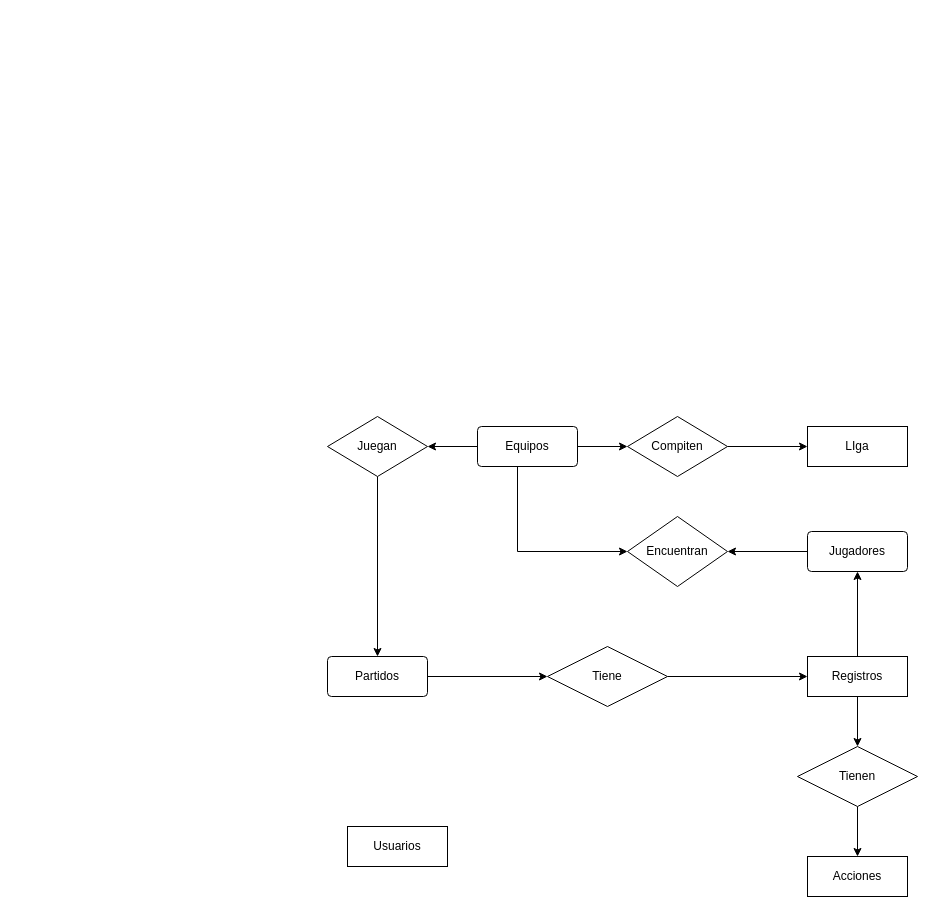
Above: basket.drawio in Resultados-deportivos/Doc (draw.io), before the change. Source tidied: cells renumbered, new cells numbered last; positions are measured from the earlier drawing's top-left corner, leaving out a move shared by most shapes. Both pictures are drawn from the tidied source at 100%, with x=0, y=0 at pixel (327, 416).
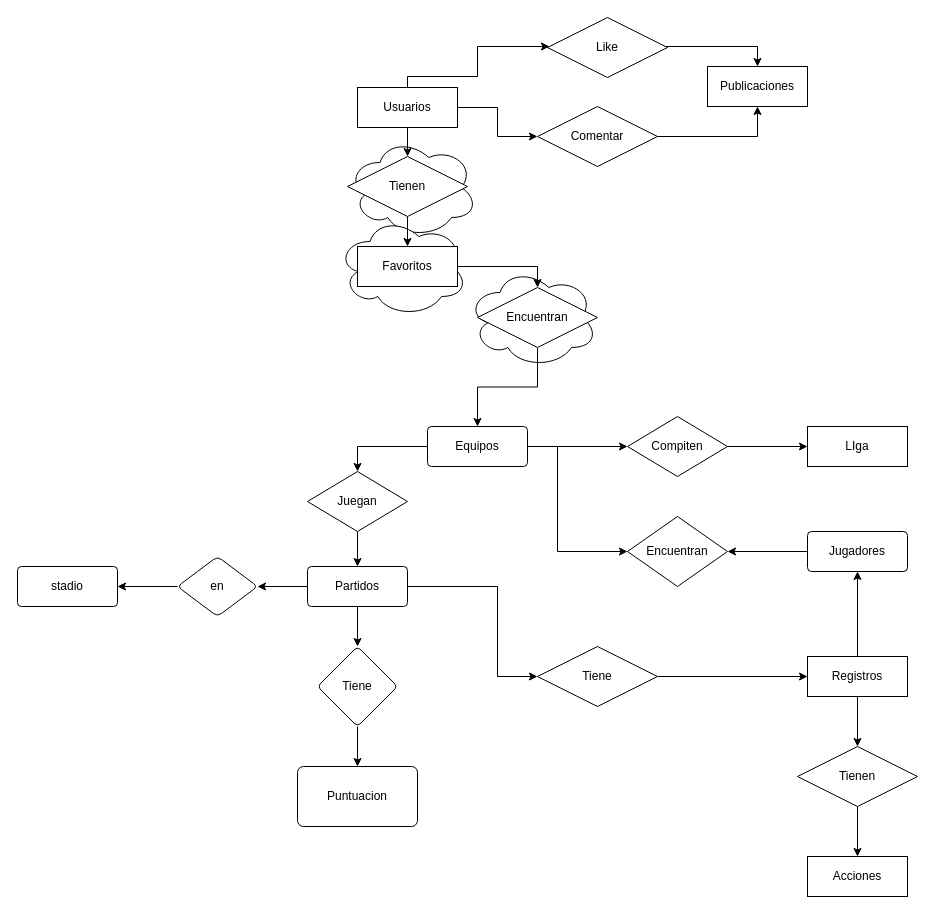
The same diagram, later.

The change refers to these unchanged cells:
```xml
<mxCell id="14" value="Encuentran" style="shape=rhombus;perimeter=rhombusPerimeter;whiteSpace=wrap;html=1;align=center;" parent="1" vertex="1">
  <mxGeometry x="300" y="100" width="100" height="70" as="geometry" />
</mxCell>
```

Change to the diagram source:
```diff
@@
+    <mxCell id="25" style="ellipse;shape=cloud;whiteSpace=wrap;html=1;" parent="1" vertex="1">
+      <mxGeometry x="140" y="-149" width="130" height="100" as="geometry" />
+    </mxCell>
+    <mxCell id="26" style="ellipse;shape=cloud;whiteSpace=wrap;html=1;" parent="1" vertex="1">
+      <mxGeometry x="20" y="-279" width="130" height="100" as="geometry" />
+    </mxCell>
+    <mxCell id="27" style="ellipse;shape=cloud;whiteSpace=wrap;html=1;" parent="1" vertex="1">
+      <mxGeometry x="10" y="-200" width="130" height="100" as="geometry" />
+    </mxCell>
@@
     <mxCell id="3" value="Juegan" style="shape=rhombus;perimeter=rhombusPerimeter;whiteSpace=wrap;html=1;align=center;" parent="1" vertex="1">
-      <mxGeometry width="100" height="60" as="geometry" />
+      <mxGeometry x="-20" y="55" width="100" height="60" as="geometry" />
     </mxCell>
@@
     <mxCell id="5" style="edgeStyle=orthogonalEdgeStyle;rounded=0;jettySize=auto;html=1;entryX=0;entryY=0.5;entryDx=0;entryDy=0;" parent="1" edge="1" source="7" target="14">
       <mxGeometry relative="1" as="geometry">
         <Array as="points">
-          <mxPoint x="190" y="135" />
+          <mxPoint x="230" y="135" />
         </Array>
       </mxGeometry>
     </mxCell>
@@
     <mxCell id="7" value="Equipos" style="rounded=1;arcSize=10;whiteSpace=wrap;html=1;align=center;" parent="1" vertex="1">
-      <mxGeometry x="150" y="10" width="100" height="40" as="geometry" />
+      <mxGeometry x="100" y="10" width="100" height="40" as="geometry" />
     </mxCell>
     <mxCell id="8" style="edgeStyle=orthogonalEdgeStyle;rounded=0;jettySize=auto;html=1;" parent="1" edge="1" source="9" target="18">
-      <mxGeometry relative="1" as="geometry" />
+      <mxGeometry relative="1" as="geometry">
+        <Array as="points">
+          <mxPoint x="170" y="170" />
+          <mxPoint x="170" y="260" />
+        </Array>
+      </mxGeometry>
     </mxCell>
+    <mxCell id="28" style="edgeStyle=orthogonalEdgeStyle;rounded=0;jettySize=auto;html=1;" parent="1" edge="1" source="9" target="34">
+      <mxGeometry relative="1" as="geometry" />
+    </mxCell>
+    <mxCell id="29" style="edgeStyle=orthogonalEdgeStyle;rounded=0;jettySize=auto;html=1;exitX=0;exitY=0.5;exitDx=0;exitDy=0;" parent="1" edge="1" source="9" target="48">
+      <mxGeometry relative="1" as="geometry" />
+    </mxCell>
     <mxCell id="9" value="Partidos" style="rounded=1;arcSize=10;whiteSpace=wrap;html=1;align=center;" parent="1" vertex="1">
-      <mxGeometry y="240" width="100" height="40" as="geometry" />
+      <mxGeometry x="-20" y="150" width="100" height="40" as="geometry" />
     </mxCell>
@@
+    <mxCell id="30" style="edgeStyle=orthogonalEdgeStyle;rounded=0;jettySize=auto;html=1;" parent="1" edge="1" source="13" target="39">
+      <mxGeometry relative="1" as="geometry" />
+    </mxCell>
+    <mxCell id="31" style="edgeStyle=orthogonalEdgeStyle;rounded=0;jettySize=auto;html=1;" parent="1" edge="1" source="13" target="37">
+      <mxGeometry relative="1" as="geometry" />
+    </mxCell>
+    <mxCell id="32" style="edgeStyle=orthogonalEdgeStyle;rounded=0;jettySize=auto;html=1;" parent="1" edge="1" source="13" target="46">
+      <mxGeometry relative="1" as="geometry">
+        <Array as="points">
+          <mxPoint x="80" y="-340" />
+          <mxPoint x="150" y="-340" />
+          <mxPoint x="150" y="-370" />
+        </Array>
+      </mxGeometry>
+    </mxCell>
     <mxCell id="13" value="Usuarios" style="whiteSpace=wrap;html=1;align=center;" parent="1" vertex="1">
-      <mxGeometry x="20" y="410" width="100" height="40" as="geometry" />
+      <mxGeometry x="30" y="-329" width="100" height="40" as="geometry" />
     </mxCell>
@@
     <mxCell id="18" value="Tiene&lt;br&gt;" style="shape=rhombus;perimeter=rhombusPerimeter;whiteSpace=wrap;html=1;align=center;" parent="1" vertex="1">
-      <mxGeometry x="220" y="230" width="120" height="60" as="geometry" />
+      <mxGeometry x="210" y="230" width="120" height="60" as="geometry" />
     </mxCell>
@@
+    <mxCell id="33" style="edgeStyle=orthogonalEdgeStyle;rounded=0;jettySize=auto;html=1;" parent="1" edge="1" source="34" target="35">
+      <mxGeometry relative="1" as="geometry" />
+    </mxCell>
+    <mxCell id="34" value="Tiene" style="rhombus;whiteSpace=wrap;html=1;rounded=1;arcSize=10;" parent="1" vertex="1">
+      <mxGeometry x="-10" y="230" width="80" height="80" as="geometry" />
+    </mxCell>
+    <mxCell id="35" value="Puntuacion" style="whiteSpace=wrap;html=1;rounded=1;arcSize=10;" parent="1" vertex="1">
+      <mxGeometry x="-30" y="350" width="120" height="60" as="geometry" />
+    </mxCell>
+    <mxCell id="36" style="edgeStyle=orthogonalEdgeStyle;rounded=0;jettySize=auto;html=1;entryX=0.5;entryY=1;entryDx=0;entryDy=0;" parent="1" edge="1" source="37" target="42">
+      <mxGeometry relative="1" as="geometry" />
+    </mxCell>
+    <mxCell id="37" value="Comentar" style="shape=rhombus;perimeter=rhombusPerimeter;whiteSpace=wrap;html=1;align=center;" parent="1" vertex="1">
+      <mxGeometry x="210" y="-310" width="120" height="60" as="geometry" />
+    </mxCell>
+    <mxCell id="38" style="edgeStyle=orthogonalEdgeStyle;rounded=0;jettySize=auto;html=1;" parent="1" edge="1" source="39" target="41">
+      <mxGeometry relative="1" as="geometry" />
+    </mxCell>
+    <mxCell id="39" value="Tienen" style="shape=rhombus;perimeter=rhombusPerimeter;whiteSpace=wrap;html=1;align=center;" parent="1" vertex="1">
+      <mxGeometry x="20" y="-260" width="120" height="60" as="geometry" />
+    </mxCell>
+    <mxCell id="40" style="edgeStyle=orthogonalEdgeStyle;rounded=0;jettySize=auto;html=1;" parent="1" edge="1" source="41" target="44">
+      <mxGeometry relative="1" as="geometry" />
+    </mxCell>
+    <mxCell id="41" value="Favoritos&lt;br&gt;" style="whiteSpace=wrap;html=1;align=center;" parent="1" vertex="1">
+      <mxGeometry x="30" y="-170" width="100" height="40" as="geometry" />
+    </mxCell>
+    <mxCell id="42" value="Publicaciones&lt;br&gt;" style="whiteSpace=wrap;html=1;align=center;" parent="1" vertex="1">
+      <mxGeometry x="380" y="-350" width="100" height="40" as="geometry" />
+    </mxCell>
+    <mxCell id="43" style="edgeStyle=orthogonalEdgeStyle;rounded=0;jettySize=auto;html=1;" parent="1" edge="1" source="44" target="7">
+      <mxGeometry relative="1" as="geometry" />
+    </mxCell>
+    <mxCell id="44" value="Encuentran" style="shape=rhombus;perimeter=rhombusPerimeter;whiteSpace=wrap;html=1;align=center;" parent="1" vertex="1">
+      <mxGeometry x="150" y="-129" width="120" height="60" as="geometry" />
+    </mxCell>
+    <mxCell id="45" style="edgeStyle=orthogonalEdgeStyle;rounded=0;jettySize=auto;html=1;" parent="1" edge="1" source="46" target="42">
+      <mxGeometry relative="1" as="geometry">
+        <Array as="points">
+          <mxPoint x="430" y="-370" />
+        </Array>
+      </mxGeometry>
+    </mxCell>
+    <mxCell id="46" value="Like" style="shape=rhombus;perimeter=rhombusPerimeter;whiteSpace=wrap;html=1;align=center;" parent="1" vertex="1">
+      <mxGeometry x="220" y="-399" width="120" height="60" as="geometry" />
+    </mxCell>
+    <mxCell id="47" style="edgeStyle=orthogonalEdgeStyle;rounded=0;jettySize=auto;html=1;entryX=1;entryY=0.5;entryDx=0;entryDy=0;" parent="1" edge="1" source="48" target="49">
+      <mxGeometry relative="1" as="geometry" />
+    </mxCell>
+    <mxCell id="48" value="en" style="rhombus;whiteSpace=wrap;html=1;rounded=1;arcSize=10;" parent="1" vertex="1">
+      <mxGeometry x="-150" y="140" width="80" height="60" as="geometry" />
+    </mxCell>
+    <mxCell id="49" value="stadio" style="rounded=1;arcSize=10;whiteSpace=wrap;html=1;align=center;" parent="1" vertex="1">
+      <mxGeometry x="-310" y="150" width="100" height="40" as="geometry" />
+    </mxCell>
```
